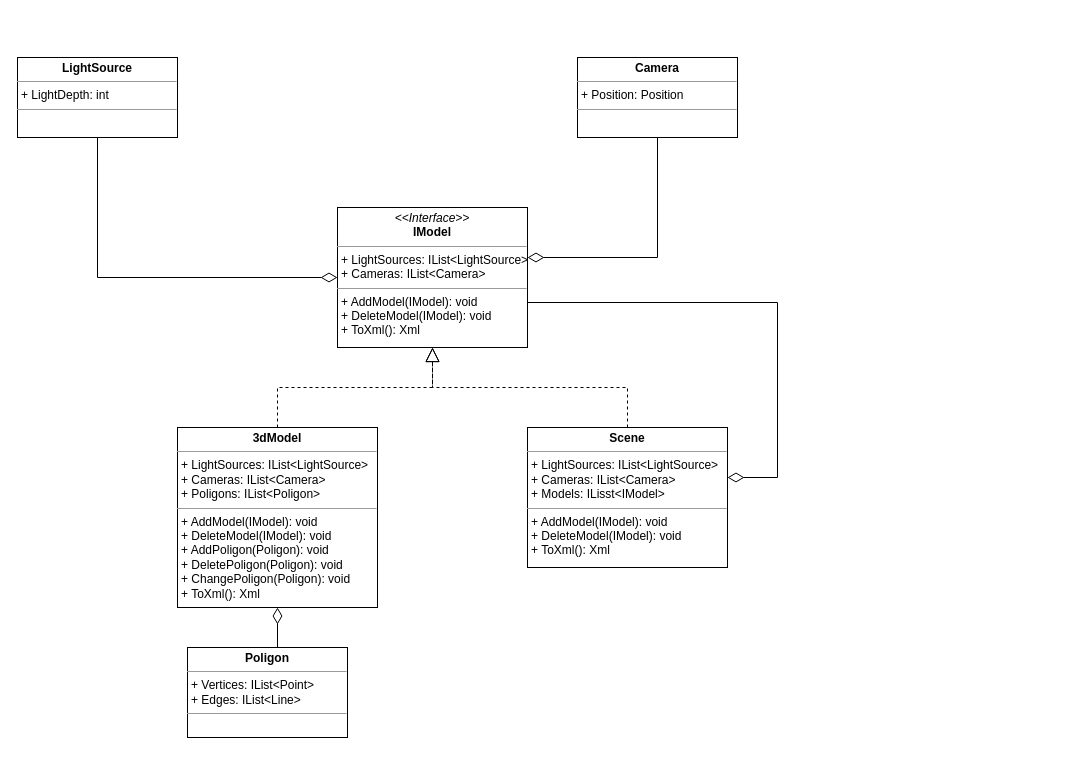
This is page "Models" (2 of 5) of module_2/Classes.drawio from SheinEA/gb_architect, a draw.io file, before an edit. Source tidied: cells renumbered, new cells numbered last; positions are measured from the earlier drawing's top-left corner, leaving out a move shared by most shapes. Both pictures are drawn from the tidied source at 100%, with x=0, y=0 at pixel (17, 57).
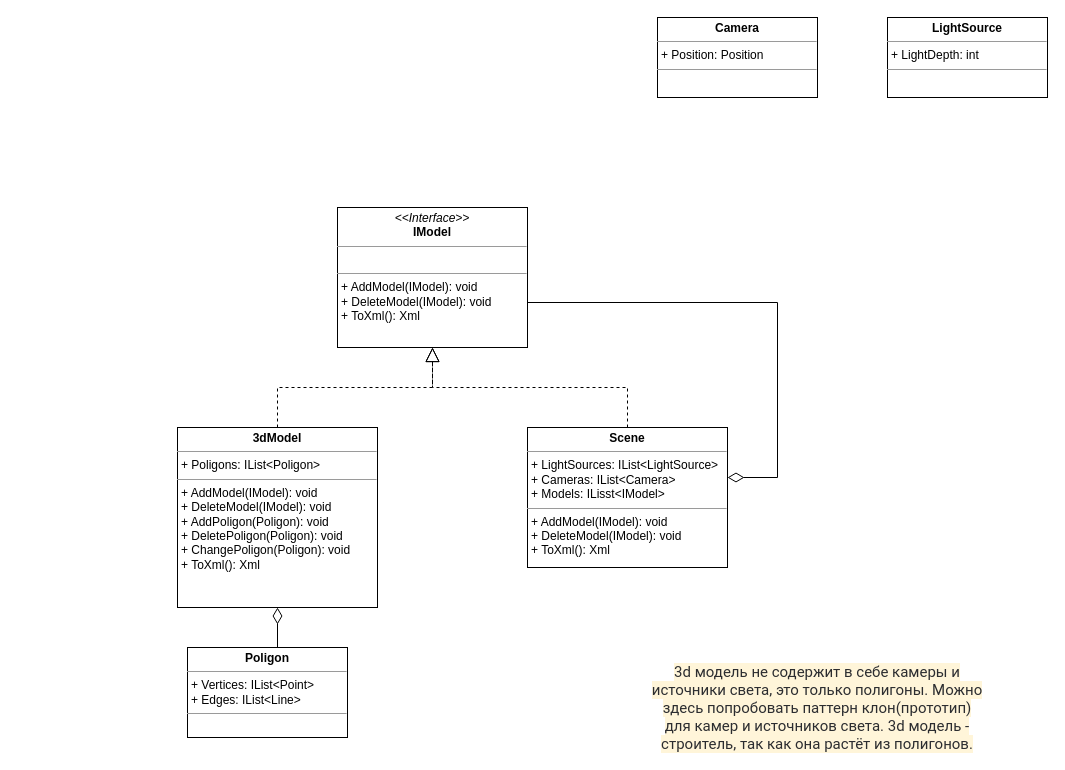
The same page after the edit.

The edit, as a diff of the source:
```diff
@@
 <mxGraphModel>
   <root>
     <mxCell id="0" />
     <mxCell id="1" parent="0" />
     <mxCell id="2" style="endArrow=block;dashed=1;endFill=0;endSize=12;html=1;exitX=0.5;exitY=0;exitDx=0;exitDy=0;edgeStyle=orthogonalEdgeStyle;rounded=0;" parent="1" edge="1" source="5" target="4">
       <mxGeometry relative="1" as="geometry" />
     </mxCell>
     <mxCell id="3" style="endArrow=block;dashed=1;endFill=0;endSize=12;html=1;exitX=0.5;exitY=0;exitDx=0;exitDy=0;edgeStyle=orthogonalEdgeStyle;rounded=0;" parent="1" edge="1" source="6" target="4">
       <mxGeometry relative="1" as="geometry" />
     </mxCell>
-    <mxCell id="4" value="&lt;p style=&quot;margin: 0px ; margin-top: 4px ; text-align: center&quot;&gt;&lt;i&gt;&amp;lt;&amp;lt;Interface&amp;gt;&amp;gt;&lt;/i&gt;&lt;br&gt;&lt;b&gt;IModel&lt;/b&gt;&lt;/p&gt;&lt;hr size=&quot;1&quot;&gt;&lt;p style=&quot;outline: 0px ; margin: 0px 0px 0px 4px&quot;&gt;+ LightSources: IList&amp;lt;LightSource&amp;gt;&lt;/p&gt;&lt;p style=&quot;margin: 0px 0px 0px 4px&quot;&gt;+ Cameras: IList&amp;lt;Camera&amp;gt;&lt;/p&gt;&lt;hr size=&quot;1&quot;&gt;&lt;p style=&quot;margin: 0px ; margin-left: 4px&quot;&gt;+ AddModel(IModel): void&lt;br&gt;+ DeleteModel(IModel): void&lt;br&gt;&lt;/p&gt;&lt;p style=&quot;margin: 0px ; margin-left: 4px&quot;&gt;+ ToXml(): Xml&lt;/p&gt;" style="verticalAlign=top;align=left;overflow=fill;fontSize=12;fontFamily=Helvetica;html=1;" parent="1" vertex="1">
+    <mxCell id="4" value="&lt;p style=&quot;margin: 0px ; margin-top: 4px ; text-align: center&quot;&gt;&lt;i&gt;&amp;lt;&amp;lt;Interface&amp;gt;&amp;gt;&lt;/i&gt;&lt;br&gt;&lt;b&gt;IModel&lt;/b&gt;&lt;/p&gt;&lt;hr size=&quot;1&quot;&gt;&lt;p style=&quot;outline: 0px ; margin: 0px 0px 0px 4px&quot;&gt;&lt;br&gt;&lt;/p&gt;&lt;hr size=&quot;1&quot;&gt;&lt;p style=&quot;margin: 0px ; margin-left: 4px&quot;&gt;+ AddModel(IModel): void&lt;br&gt;+ DeleteModel(IModel): void&lt;br&gt;&lt;/p&gt;&lt;p style=&quot;margin: 0px ; margin-left: 4px&quot;&gt;+ ToXml(): Xml&lt;/p&gt;" style="verticalAlign=top;align=left;overflow=fill;fontSize=12;fontFamily=Helvetica;html=1;" parent="1" vertex="1">
       <mxGeometry x="320" y="150" width="190" height="140" as="geometry" />
     </mxCell>
-    <mxCell id="5" value="&lt;p style=&quot;margin: 0px ; margin-top: 4px ; text-align: center&quot;&gt;&lt;b&gt;3dModel&lt;/b&gt;&lt;/p&gt;&lt;hr size=&quot;1&quot;&gt;&lt;p style=&quot;outline: 0px ; margin: 0px 0px 0px 4px&quot;&gt;+ LightSources: IList&amp;lt;LightSource&amp;gt;&lt;/p&gt;&lt;p style=&quot;margin: 0px 0px 0px 4px&quot;&gt;+ Cameras: IList&amp;lt;Camera&amp;gt;&lt;/p&gt;&lt;p style=&quot;margin: 0px ; margin-left: 4px&quot;&gt;+ Poligons: IList&amp;lt;Poligon&amp;gt;&lt;/p&gt;&lt;hr size=&quot;1&quot;&gt;&lt;p style=&quot;margin: 0px ; margin-left: 4px&quot;&gt;+ AddModel(IModel): void&lt;br&gt;+ DeleteModel(IModel): void&lt;br&gt;&lt;/p&gt;&lt;p style=&quot;margin: 0px ; margin-left: 4px&quot;&gt;+ AddPoligon(Poligon): void&lt;br&gt;&lt;/p&gt;&lt;p style=&quot;margin: 0px ; margin-left: 4px&quot;&gt;+ DeletePoligon(Poligon): void&lt;br&gt;&lt;/p&gt;&lt;p style=&quot;margin: 0px ; margin-left: 4px&quot;&gt;+ ChangePoligon(Poligon): void&lt;br&gt;&lt;/p&gt;&lt;p style=&quot;margin: 0px ; margin-left: 4px&quot;&gt;+ ToXml(): Xml&lt;br&gt;&lt;/p&gt;" style="verticalAlign=top;align=left;overflow=fill;fontSize=12;fontFamily=Helvetica;html=1;" parent="1" vertex="1">
+    <mxCell id="5" value="&lt;p style=&quot;margin: 0px ; margin-top: 4px ; text-align: center&quot;&gt;&lt;b&gt;3dModel&lt;/b&gt;&lt;/p&gt;&lt;hr size=&quot;1&quot;&gt;&lt;p style=&quot;outline: 0px ; margin: 0px 0px 0px 4px&quot;&gt;&lt;span&gt;+ Poligons: IList&amp;lt;Poligon&amp;gt;&lt;/span&gt;&lt;br&gt;&lt;/p&gt;&lt;hr size=&quot;1&quot;&gt;&lt;p style=&quot;margin: 0px ; margin-left: 4px&quot;&gt;+ AddModel(IModel): void&lt;br&gt;+ DeleteModel(IModel): void&lt;br&gt;&lt;/p&gt;&lt;p style=&quot;margin: 0px ; margin-left: 4px&quot;&gt;+ AddPoligon(Poligon): void&lt;br&gt;&lt;/p&gt;&lt;p style=&quot;margin: 0px ; margin-left: 4px&quot;&gt;+ DeletePoligon(Poligon): void&lt;br&gt;&lt;/p&gt;&lt;p style=&quot;margin: 0px ; margin-left: 4px&quot;&gt;+ ChangePoligon(Poligon): void&lt;br&gt;&lt;/p&gt;&lt;p style=&quot;margin: 0px ; margin-left: 4px&quot;&gt;+ ToXml(): Xml&lt;br&gt;&lt;/p&gt;" style="verticalAlign=top;align=left;overflow=fill;fontSize=12;fontFamily=Helvetica;html=1;" parent="1" vertex="1">
       <mxGeometry x="160" y="370" width="200" height="180" as="geometry" />
     </mxCell>
     <mxCell id="6" value="&lt;p style=&quot;margin: 0px ; margin-top: 4px ; text-align: center&quot;&gt;&lt;b&gt;Scene&lt;/b&gt;&lt;br&gt;&lt;/p&gt;&lt;hr size=&quot;1&quot;&gt;&lt;p style=&quot;margin: 0px ; margin-left: 4px&quot;&gt;+ LightSources: IList&amp;lt;LightSource&amp;gt;&lt;/p&gt;&lt;p style=&quot;margin: 0px ; margin-left: 4px&quot;&gt;+ Cameras: IList&amp;lt;Camera&amp;gt;&lt;/p&gt;&lt;p style=&quot;margin: 0px ; margin-left: 4px&quot;&gt;+ Models: ILisst&amp;lt;IModel&amp;gt;&lt;/p&gt;&lt;hr size=&quot;1&quot;&gt;&lt;p style=&quot;margin: 0px ; margin-left: 4px&quot;&gt;+ AddModel(IModel): void&lt;br&gt;+ DeleteModel(IModel): void&lt;br&gt;&lt;/p&gt;&lt;p style=&quot;margin: 0px ; margin-left: 4px&quot;&gt;+ ToXml(): Xml&lt;br&gt;&lt;/p&gt;" style="verticalAlign=top;align=left;overflow=fill;fontSize=12;fontFamily=Helvetica;html=1;" parent="1" vertex="1">
       <mxGeometry x="510" y="370" width="200" height="140" as="geometry" />
     </mxCell>
     <mxCell id="7" value="&lt;p style=&quot;margin: 0px ; margin-top: 4px ; text-align: center&quot;&gt;&lt;b&gt;Poligon&lt;/b&gt;&lt;/p&gt;&lt;hr size=&quot;1&quot;&gt;&lt;p style=&quot;margin: 0px ; margin-left: 4px&quot;&gt;+ Vertices: IList&amp;lt;Point&amp;gt;&lt;/p&gt;&lt;p style=&quot;margin: 0px ; margin-left: 4px&quot;&gt;+ Edges: IList&amp;lt;Line&amp;gt;&lt;/p&gt;&lt;hr size=&quot;1&quot;&gt;&lt;p style=&quot;margin: 0px ; margin-left: 4px&quot;&gt;&lt;br&gt;&lt;/p&gt;" style="verticalAlign=top;align=left;overflow=fill;fontSize=12;fontFamily=Helvetica;html=1;" parent="1" vertex="1">
       <mxGeometry x="170" y="590" width="160" height="90" as="geometry" />
     </mxCell>
     <mxCell id="8" value="&lt;p style=&quot;margin: 0px ; margin-top: 4px ; text-align: center&quot;&gt;&lt;b&gt;&lt;span style=&quot;text-align: left&quot;&gt;LightSource&lt;/span&gt;&lt;br&gt;&lt;/b&gt;&lt;/p&gt;&lt;hr size=&quot;1&quot;&gt;&lt;p style=&quot;margin: 0px ; margin-left: 4px&quot;&gt;+&amp;nbsp;LightDepth: int&lt;/p&gt;&lt;hr size=&quot;1&quot;&gt;&lt;p style=&quot;margin: 0px ; margin-left: 4px&quot;&gt;&lt;br&gt;&lt;/p&gt;" style="verticalAlign=top;align=left;overflow=fill;fontSize=12;fontFamily=Helvetica;html=1;" parent="1" vertex="1">
-      <mxGeometry width="160" height="80" as="geometry" />
+      <mxGeometry x="870" y="-40" width="160" height="80" as="geometry" />
     </mxCell>
     <mxCell id="9" value="&lt;p style=&quot;margin: 4px 0px 0px ; text-align: center&quot;&gt;&lt;b&gt;Camera&lt;/b&gt;&lt;/p&gt;&lt;hr size=&quot;1&quot;&gt;&lt;p style=&quot;margin: 0px ; margin-left: 4px&quot;&gt;+&amp;nbsp;Position:&amp;nbsp;Position&lt;/p&gt;&lt;hr size=&quot;1&quot;&gt;&lt;p style=&quot;margin: 0px ; margin-left: 4px&quot;&gt;&lt;br&gt;&lt;/p&gt;" style="verticalAlign=top;align=left;overflow=fill;fontSize=12;fontFamily=Helvetica;html=1;" parent="1" vertex="1">
-      <mxGeometry x="560" width="160" height="80" as="geometry" />
+      <mxGeometry x="640" y="-40" width="160" height="80" as="geometry" />
     </mxCell>
     <mxCell id="10" style="endArrow=none;html=1;endSize=12;startArrow=diamondThin;startSize=14;startFill=0;edgeStyle=orthogonalEdgeStyle;align=left;verticalAlign=bottom;endFill=0;rounded=0;" parent="1" edge="1" source="6" target="4">
       <mxGeometry x="-1" y="3" relative="1" as="geometry">
         <Array as="points">
           <mxPoint x="760" y="420" />
           <mxPoint x="760" y="245" />
         </Array>
       </mxGeometry>
     </mxCell>
     <mxCell id="11" style="endArrow=none;html=1;endSize=12;startArrow=diamondThin;startSize=14;startFill=0;edgeStyle=orthogonalEdgeStyle;align=left;verticalAlign=bottom;endFill=0;rounded=0;" parent="1" edge="1" source="5" target="7">
       <mxGeometry x="-1" y="3" relative="1" as="geometry">
         <Array as="points">
           <mxPoint x="250" y="400" />
         </Array>
       </mxGeometry>
     </mxCell>
-    <mxCell id="12" style="endArrow=none;html=1;endSize=12;startArrow=diamondThin;startSize=14;startFill=0;edgeStyle=orthogonalEdgeStyle;align=left;verticalAlign=bottom;endFill=0;rounded=0;" parent="1" edge="1" source="4" target="8">
-      <mxGeometry x="-1" y="3" relative="1" as="geometry">
-        <Array as="points">
-          <mxPoint x="80" y="220" />
-        </Array>
-      </mxGeometry>
-    </mxCell>
-    <mxCell id="13" style="endArrow=none;html=1;endSize=12;startArrow=diamondThin;startSize=14;startFill=0;edgeStyle=orthogonalEdgeStyle;align=left;verticalAlign=bottom;endFill=0;rounded=0;" parent="1" edge="1" source="4" target="9">
-      <mxGeometry x="-1" y="3" relative="1" as="geometry">
-        <Array as="points">
-          <mxPoint x="640" y="200" />
-        </Array>
-      </mxGeometry>
-    </mxCell>
+    <mxCell id="14" value="&lt;span style=&quot;color: rgb(44 , 45 , 48) ; font-family: &amp;#34;roboto&amp;#34; , &amp;#34;san francisco&amp;#34; , &amp;#34;helvetica neue&amp;#34; , &amp;#34;helvetica&amp;#34; , &amp;#34;arial&amp;#34; ; font-size: 15px ; background-color: rgb(255 , 245 , 217)&quot;&gt;3d модель не содержит в себе камеры и источники света, это только полигоны. Можно здесь попробовать паттерн клон(прототип) для камер и источников света. 3d модель - строитель, так как она растёт из полигонов.&lt;/span&gt;" style="text;html=1;strokeColor=none;fillColor=none;align=center;verticalAlign=middle;whiteSpace=wrap;rounded=0;" parent="1" vertex="1">
+      <mxGeometry x="630" y="640" width="340" height="20" as="geometry" />
+    </mxCell>
   </root>
 </mxGraphModel>
```
